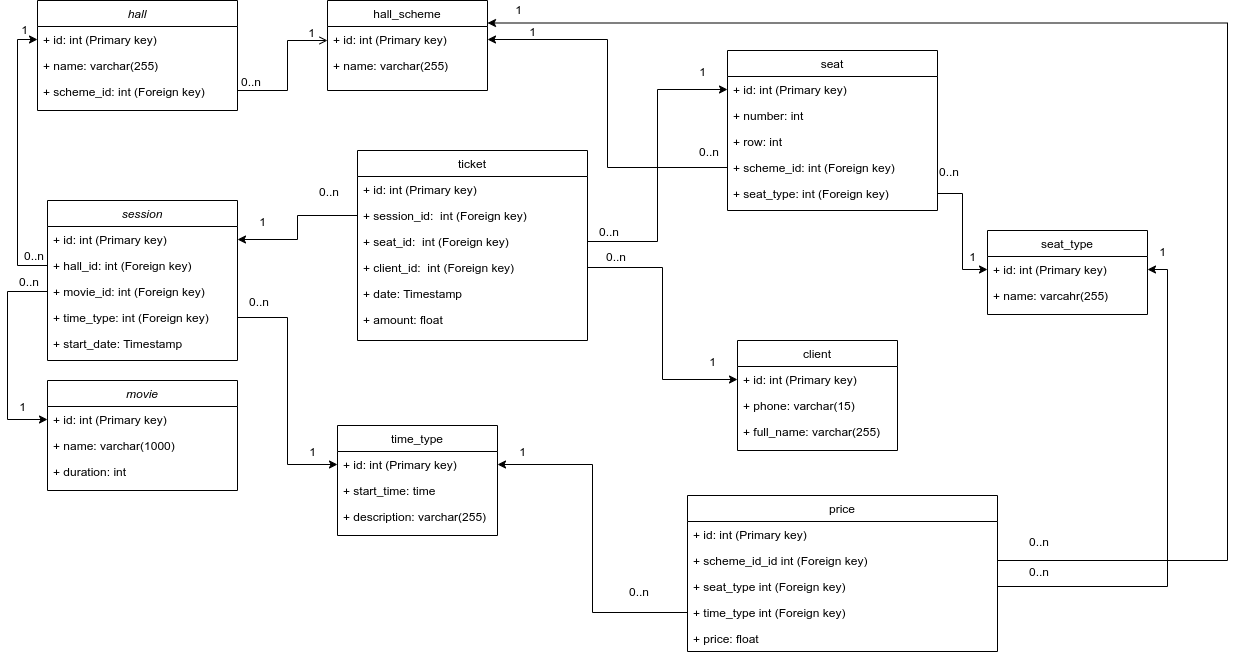
Before: app/cinema.drawio.png, a diagram exported from draw.io (otusteamedu/PHP_2023). Source tidied: cells renumbered, new cells last; positions are measured from the earlier drawing's top-left corner, leaving out a move shared by most shapes.
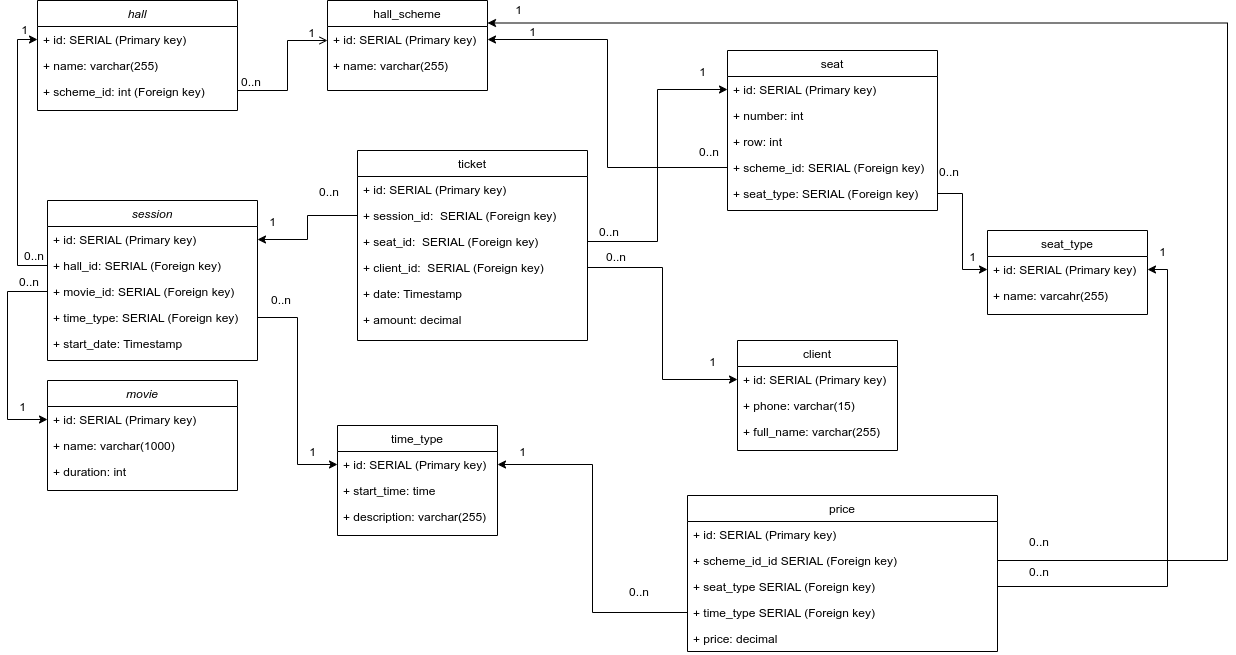
Above is the later version.

Diff of the diagram source:
```diff
@@ -5,7 +5,7 @@
     <mxCell id="2" value="hall" style="swimlane;fontStyle=2;align=center;verticalAlign=top;horizontal=1;startSize=26;rounded=0;shadow=0;strokeWidth=1;" parent="1" vertex="1">
       <mxGeometry x="30" width="200" height="110" as="geometry" />
     </mxCell>
-    <mxCell id="3" value="+ id: int (Primary key)" style="text;align=left;verticalAlign=top;spacingLeft=4;spacingRight=4;overflow=hidden;points=[[0,0.5],[1,0.5]];portConstraint=eastwest;" parent="2" vertex="1">
+    <mxCell id="3" value="+ id: SERIAL (Primary key)" style="text;align=left;verticalAlign=top;spacingLeft=4;spacingRight=4;overflow=hidden;points=[[0,0.5],[1,0.5]];portConstraint=eastwest;" parent="2" vertex="1">
       <mxGeometry y="26" width="200" height="26" as="geometry" />
     </mxCell>
     <mxCell id="4" value="+ name: varchar(255)" style="text;align=left;verticalAlign=top;spacingLeft=4;spacingRight=4;overflow=hidden;rounded=0;shadow=0;html=0;" parent="2" vertex="1">
@@ -17,7 +17,7 @@
     <mxCell id="6" value="hall_scheme" style="swimlane;fontStyle=0;align=center;verticalAlign=top;horizontal=1;startSize=26;rounded=0;shadow=0;strokeWidth=1;" parent="1" vertex="1">
       <mxGeometry x="320" width="160" height="90" as="geometry" />
     </mxCell>
-    <mxCell id="7" value="+ id: int (Primary key)" style="text;align=left;verticalAlign=top;spacingLeft=4;spacingRight=4;overflow=hidden;points=[[0,0.5],[1,0.5]];portConstraint=eastwest;" parent="6" vertex="1">
+    <mxCell id="7" value="+ id: SERIAL (Primary key)" style="text;align=left;verticalAlign=top;spacingLeft=4;spacingRight=4;overflow=hidden;points=[[0,0.5],[1,0.5]];portConstraint=eastwest;" parent="6" vertex="1">
       <mxGeometry y="26" width="160" height="26" as="geometry" />
     </mxCell>
     <mxCell id="8" value="+ name: varchar(255)" style="text;align=left;verticalAlign=top;spacingLeft=4;spacingRight=4;overflow=hidden;rounded=0;shadow=0;html=0;" parent="6" vertex="1">
@@ -65,7 +65,7 @@
     </mxCell>
     <mxCell id="16" value="1" style="align=right;verticalAlign=bottom;labelBackgroundColor=none;fontSize=12;" parent="9" vertex="1">
       <mxGeometry x="1" relative="1" as="geometry">
-        <mxPoint x="-60" y="190" as="offset" />
+        <mxPoint x="-50" y="190" as="offset" />
       </mxGeometry>
     </mxCell>
     <mxCell id="17" value="1" style="align=right;verticalAlign=bottom;labelBackgroundColor=none;fontSize=12;" parent="9" vertex="1">
@@ -81,7 +81,7 @@
     <mxCell id="19" value="movie" style="swimlane;fontStyle=2;align=center;verticalAlign=top;horizontal=1;startSize=26;rounded=0;shadow=0;strokeWidth=1;" parent="1" vertex="1">
       <mxGeometry x="40" y="380" width="190" height="110" as="geometry" />
     </mxCell>
-    <mxCell id="20" value="+ id: int (Primary key)" style="text;align=left;verticalAlign=top;spacingLeft=4;spacingRight=4;overflow=hidden;points=[[0,0.5],[1,0.5]];portConstraint=eastwest;" parent="19" vertex="1">
+    <mxCell id="20" value="+ id: SERIAL (Primary key)" style="text;align=left;verticalAlign=top;spacingLeft=4;spacingRight=4;overflow=hidden;points=[[0,0.5],[1,0.5]];portConstraint=eastwest;" parent="19" vertex="1">
       <mxGeometry y="26" width="190" height="26" as="geometry" />
     </mxCell>
     <mxCell id="21" value="+ name: varchar(1000)" style="text;align=left;verticalAlign=top;spacingLeft=4;spacingRight=4;overflow=hidden;rounded=0;shadow=0;html=0;" parent="19" vertex="1">
@@ -91,22 +91,22 @@
       <mxGeometry y="78" width="190" height="26" as="geometry" />
     </mxCell>
     <mxCell id="23" value="session" style="swimlane;fontStyle=2;align=center;verticalAlign=top;horizontal=1;startSize=26;rounded=0;shadow=0;strokeWidth=1;" parent="1" vertex="1">
-      <mxGeometry x="40" y="200" width="190" height="160" as="geometry" />
+      <mxGeometry x="40" y="200" width="210" height="160" as="geometry" />
     </mxCell>
-    <mxCell id="24" value="+ id: int (Primary key)" style="text;align=left;verticalAlign=top;spacingLeft=4;spacingRight=4;overflow=hidden;points=[[0,0.5],[1,0.5]];portConstraint=eastwest;" parent="23" vertex="1">
-      <mxGeometry y="26" width="190" height="26" as="geometry" />
+    <mxCell id="24" value="+ id: SERIAL (Primary key)" style="text;align=left;verticalAlign=top;spacingLeft=4;spacingRight=4;overflow=hidden;points=[[0,0.5],[1,0.5]];portConstraint=eastwest;" parent="23" vertex="1">
+      <mxGeometry y="26" width="210" height="26" as="geometry" />
     </mxCell>
-    <mxCell id="25" value="+ hall_id: int (Foreign key)" style="text;align=left;verticalAlign=top;spacingLeft=4;spacingRight=4;overflow=hidden;points=[[0,0.5],[1,0.5]];portConstraint=eastwest;rounded=0;shadow=0;html=0;" parent="23" vertex="1">
-      <mxGeometry y="52" width="190" height="26" as="geometry" />
+    <mxCell id="25" value="+ hall_id: SERIAL (Foreign key)" style="text;align=left;verticalAlign=top;spacingLeft=4;spacingRight=4;overflow=hidden;points=[[0,0.5],[1,0.5]];portConstraint=eastwest;rounded=0;shadow=0;html=0;" parent="23" vertex="1">
+      <mxGeometry y="52" width="210" height="26" as="geometry" />
     </mxCell>
-    <mxCell id="26" value="+ movie_id: int (Foreign key)" style="text;align=left;verticalAlign=top;spacingLeft=4;spacingRight=4;overflow=hidden;points=[[0,0.5],[1,0.5]];portConstraint=eastwest;rounded=0;shadow=0;html=0;" parent="23" vertex="1">
-      <mxGeometry y="78" width="190" height="26" as="geometry" />
+    <mxCell id="26" value="+ movie_id: SERIAL (Foreign key)" style="text;align=left;verticalAlign=top;spacingLeft=4;spacingRight=4;overflow=hidden;points=[[0,0.5],[1,0.5]];portConstraint=eastwest;rounded=0;shadow=0;html=0;" parent="23" vertex="1">
+      <mxGeometry y="78" width="210" height="26" as="geometry" />
     </mxCell>
-    <mxCell id="27" value="+ time_type: int (Foreign key)" style="text;align=left;verticalAlign=top;spacingLeft=4;spacingRight=4;overflow=hidden;points=[[0,0.5],[1,0.5]];portConstraint=eastwest;rounded=0;shadow=0;html=0;" parent="23" vertex="1">
-      <mxGeometry y="104" width="190" height="26" as="geometry" />
+    <mxCell id="27" value="+ time_type: SERIAL (Foreign key)" style="text;align=left;verticalAlign=top;spacingLeft=4;spacingRight=4;overflow=hidden;points=[[0,0.5],[1,0.5]];portConstraint=eastwest;rounded=0;shadow=0;html=0;" parent="23" vertex="1">
+      <mxGeometry y="104" width="210" height="26" as="geometry" />
     </mxCell>
     <mxCell id="28" value="+ start_date: Timestamp" style="text;align=left;verticalAlign=top;spacingLeft=4;spacingRight=4;overflow=hidden;rounded=0;shadow=0;html=0;" parent="23" vertex="1">
-      <mxGeometry y="130" width="190" height="26" as="geometry" />
+      <mxGeometry y="130" width="210" height="26" as="geometry" />
     </mxCell>
     <mxCell id="29" style="edgeStyle=orthogonalEdgeStyle;rounded=0;jettySize=auto;html=1;exitX=0;exitY=0.5;exitDx=0;exitDy=0;entryX=0;entryY=0.5;entryDx=0;entryDy=0;" parent="1" edge="1" source="25" target="3">
       <mxGeometry relative="1" as="geometry" />
@@ -114,7 +114,7 @@
     <mxCell id="30" value="seat" style="swimlane;fontStyle=0;align=center;verticalAlign=top;horizontal=1;startSize=26;rounded=0;shadow=0;strokeWidth=1;" parent="1" vertex="1">
       <mxGeometry x="720" y="50" width="210" height="160" as="geometry" />
     </mxCell>
-    <mxCell id="31" value="+ id: int (Primary key)" style="text;align=left;verticalAlign=top;spacingLeft=4;spacingRight=4;overflow=hidden;points=[[0,0.5],[1,0.5]];portConstraint=eastwest;" parent="30" vertex="1">
+    <mxCell id="31" value="+ id: SERIAL (Primary key)" style="text;align=left;verticalAlign=top;spacingLeft=4;spacingRight=4;overflow=hidden;points=[[0,0.5],[1,0.5]];portConstraint=eastwest;" parent="30" vertex="1">
       <mxGeometry y="26" width="210" height="26" as="geometry" />
     </mxCell>
     <mxCell id="32" value="+ number: int" style="text;align=left;verticalAlign=top;spacingLeft=4;spacingRight=4;overflow=hidden;rounded=0;shadow=0;html=0;" parent="30" vertex="1">
@@ -123,16 +123,16 @@
     <mxCell id="33" value="+ row: int" style="text;align=left;verticalAlign=top;spacingLeft=4;spacingRight=4;overflow=hidden;rounded=0;shadow=0;html=0;" parent="30" vertex="1">
       <mxGeometry y="78" width="210" height="26" as="geometry" />
     </mxCell>
-    <mxCell id="34" value="+ scheme_id: int (Foreign key)" style="text;align=left;verticalAlign=top;spacingLeft=4;spacingRight=4;overflow=hidden;points=[[0,0.5],[1,0.5]];portConstraint=eastwest;rounded=0;shadow=0;html=0;" parent="30" vertex="1">
+    <mxCell id="34" value="+ scheme_id: SERIAL (Foreign key)" style="text;align=left;verticalAlign=top;spacingLeft=4;spacingRight=4;overflow=hidden;points=[[0,0.5],[1,0.5]];portConstraint=eastwest;rounded=0;shadow=0;html=0;" parent="30" vertex="1">
       <mxGeometry y="104" width="210" height="26" as="geometry" />
     </mxCell>
-    <mxCell id="35" value="+ seat_type: int (Foreign key)" style="text;align=left;verticalAlign=top;spacingLeft=4;spacingRight=4;overflow=hidden;points=[[0,0.5],[1,0.5]];portConstraint=eastwest;rounded=0;shadow=0;html=0;" parent="30" vertex="1">
+    <mxCell id="35" value="+ seat_type: SERIAL (Foreign key)" style="text;align=left;verticalAlign=top;spacingLeft=4;spacingRight=4;overflow=hidden;points=[[0,0.5],[1,0.5]];portConstraint=eastwest;rounded=0;shadow=0;html=0;" parent="30" vertex="1">
       <mxGeometry y="130" width="210" height="26" as="geometry" />
     </mxCell>
     <mxCell id="36" value="seat_type" style="swimlane;fontStyle=0;align=center;verticalAlign=top;horizontal=1;startSize=26;rounded=0;shadow=0;strokeWidth=1;" parent="1" vertex="1">
       <mxGeometry x="980" y="230" width="160" height="84" as="geometry" />
     </mxCell>
-    <mxCell id="37" value="+ id: int (Primary key)" style="text;align=left;verticalAlign=top;spacingLeft=4;spacingRight=4;overflow=hidden;points=[[0,0.5],[1,0.5]];portConstraint=eastwest;" parent="36" vertex="1">
+    <mxCell id="37" value="+ id: SERIAL (Primary key)" style="text;align=left;verticalAlign=top;spacingLeft=4;spacingRight=4;overflow=hidden;points=[[0,0.5],[1,0.5]];portConstraint=eastwest;" parent="36" vertex="1">
       <mxGeometry y="26" width="160" height="26" as="geometry" />
     </mxCell>
     <mxCell id="38" value="+ name: varcahr(255)" style="text;align=left;verticalAlign=top;spacingLeft=4;spacingRight=4;overflow=hidden;rounded=0;shadow=0;html=0;" parent="36" vertex="1">
@@ -144,25 +144,25 @@
     <mxCell id="40" value="price" style="swimlane;fontStyle=0;align=center;verticalAlign=top;horizontal=1;startSize=26;rounded=0;shadow=0;strokeWidth=1;" parent="1" vertex="1">
       <mxGeometry x="680" y="495" width="310" height="156" as="geometry" />
     </mxCell>
-    <mxCell id="41" value="+ id: int (Primary key)" style="text;align=left;verticalAlign=top;spacingLeft=4;spacingRight=4;overflow=hidden;" parent="40" vertex="1">
+    <mxCell id="41" value="+ id: SERIAL (Primary key)" style="text;align=left;verticalAlign=top;spacingLeft=4;spacingRight=4;overflow=hidden;" parent="40" vertex="1">
       <mxGeometry y="26" width="310" height="26" as="geometry" />
     </mxCell>
-    <mxCell id="42" value="+ scheme_id_id int (Foreign key)" style="text;align=left;verticalAlign=top;spacingLeft=4;spacingRight=4;overflow=hidden;points=[[0,0.5],[1,0.5]];portConstraint=eastwest;rounded=0;shadow=0;html=0;" parent="40" vertex="1">
+    <mxCell id="42" value="+ scheme_id_id SERIAL (Foreign key)" style="text;align=left;verticalAlign=top;spacingLeft=4;spacingRight=4;overflow=hidden;points=[[0,0.5],[1,0.5]];portConstraint=eastwest;rounded=0;shadow=0;html=0;" parent="40" vertex="1">
       <mxGeometry y="52" width="310" height="26" as="geometry" />
     </mxCell>
-    <mxCell id="43" value="+ seat_type int (Foreign key)" style="text;align=left;verticalAlign=top;spacingLeft=4;spacingRight=4;overflow=hidden;points=[[0,0.5],[1,0.5]];portConstraint=eastwest;rounded=0;shadow=0;html=0;" parent="40" vertex="1">
+    <mxCell id="43" value="+ seat_type SERIAL (Foreign key)" style="text;align=left;verticalAlign=top;spacingLeft=4;spacingRight=4;overflow=hidden;points=[[0,0.5],[1,0.5]];portConstraint=eastwest;rounded=0;shadow=0;html=0;" parent="40" vertex="1">
       <mxGeometry y="78" width="310" height="26" as="geometry" />
     </mxCell>
-    <mxCell id="44" value="+ time_type int (Foreign key)" style="text;align=left;verticalAlign=top;spacingLeft=4;spacingRight=4;overflow=hidden;points=[[0,0.5],[1,0.5]];portConstraint=eastwest;rounded=0;shadow=0;html=0;" parent="40" vertex="1">
+    <mxCell id="44" value="+ time_type SERIAL (Foreign key)" style="text;align=left;verticalAlign=top;spacingLeft=4;spacingRight=4;overflow=hidden;points=[[0,0.5],[1,0.5]];portConstraint=eastwest;rounded=0;shadow=0;html=0;" parent="40" vertex="1">
       <mxGeometry y="104" width="310" height="26" as="geometry" />
     </mxCell>
-    <mxCell id="45" value="+ price: float" style="text;align=left;verticalAlign=top;spacingLeft=4;spacingRight=4;overflow=hidden;rounded=0;shadow=0;html=0;" parent="40" vertex="1">
+    <mxCell id="45" value="+ price: decimal" style="text;align=left;verticalAlign=top;spacingLeft=4;spacingRight=4;overflow=hidden;rounded=0;shadow=0;html=0;" parent="40" vertex="1">
       <mxGeometry y="130" width="310" height="26" as="geometry" />
     </mxCell>
     <mxCell id="46" value="time_type" style="swimlane;fontStyle=0;align=center;verticalAlign=top;horizontal=1;startSize=26;rounded=0;shadow=0;strokeWidth=1;" parent="1" vertex="1">
       <mxGeometry x="330" y="425" width="160" height="110" as="geometry" />
     </mxCell>
-    <mxCell id="47" value="+ id: int (Primary key)" style="text;align=left;verticalAlign=top;spacingLeft=4;spacingRight=4;overflow=hidden;points=[[0,0.5],[1,0.5]];portConstraint=eastwest;" parent="46" vertex="1">
+    <mxCell id="47" value="+ id: SERIAL (Primary key)" style="text;align=left;verticalAlign=top;spacingLeft=4;spacingRight=4;overflow=hidden;points=[[0,0.5],[1,0.5]];portConstraint=eastwest;" parent="46" vertex="1">
       <mxGeometry y="26" width="160" height="26" as="geometry" />
     </mxCell>
     <mxCell id="48" value="+ start_time: time" style="text;align=left;verticalAlign=top;spacingLeft=4;spacingRight=4;overflow=hidden;rounded=0;shadow=0;html=0;" parent="46" vertex="1">
@@ -183,12 +183,14 @@
       <mxGeometry relative="1" as="geometry" />
     </mxCell>
     <mxCell id="52" value="0..n" style="align=left;verticalAlign=bottom;labelBackgroundColor=none;fontSize=12;" parent="1" vertex="1">
-      <mxGeometry x="240" y="310" as="geometry" />
+      <mxGeometry x="240" y="310" as="geometry">
+        <mxPoint x="22" y="-2" as="offset" />
+      </mxGeometry>
     </mxCell>
     <mxCell id="53" value="client" style="swimlane;fontStyle=0;align=center;verticalAlign=top;horizontal=1;startSize=26;rounded=0;shadow=0;strokeWidth=1;" parent="1" vertex="1">
       <mxGeometry x="730" y="340" width="160" height="110" as="geometry" />
     </mxCell>
-    <mxCell id="54" value="+ id: int (Primary key)" style="text;align=left;verticalAlign=top;spacingLeft=4;spacingRight=4;overflow=hidden;points=[[0,0.5],[1,0.5]];portConstraint=eastwest;" parent="53" vertex="1">
+    <mxCell id="54" value="+ id: SERIAL (Primary key)" style="text;align=left;verticalAlign=top;spacingLeft=4;spacingRight=4;overflow=hidden;points=[[0,0.5],[1,0.5]];portConstraint=eastwest;" parent="53" vertex="1">
       <mxGeometry y="26" width="160" height="26" as="geometry" />
     </mxCell>
     <mxCell id="55" value="+ phone: varchar(15)" style="text;align=left;verticalAlign=top;spacingLeft=4;spacingRight=4;overflow=hidden;rounded=0;shadow=0;html=0;" parent="53" vertex="1">
@@ -200,22 +202,22 @@
     <mxCell id="57" value="ticket" style="swimlane;fontStyle=0;align=center;verticalAlign=top;horizontal=1;startSize=26;rounded=0;shadow=0;strokeWidth=1;" parent="1" vertex="1">
       <mxGeometry x="350" y="150" width="230" height="190" as="geometry" />
     </mxCell>
-    <mxCell id="58" value="+ id: int (Primary key)" style="text;align=left;verticalAlign=top;spacingLeft=4;spacingRight=4;overflow=hidden;" parent="57" vertex="1">
+    <mxCell id="58" value="+ id: SERIAL (Primary key)" style="text;align=left;verticalAlign=top;spacingLeft=4;spacingRight=4;overflow=hidden;" parent="57" vertex="1">
       <mxGeometry y="26" width="230" height="26" as="geometry" />
     </mxCell>
-    <mxCell id="59" value="+ session_id:  int (Foreign key)" style="text;align=left;verticalAlign=top;spacingLeft=4;spacingRight=4;overflow=hidden;points=[[0,0.5],[1,0.5]];portConstraint=eastwest;rounded=0;shadow=0;html=0;" parent="57" vertex="1">
+    <mxCell id="59" value="+ session_id:  SERIAL (Foreign key)" style="text;align=left;verticalAlign=top;spacingLeft=4;spacingRight=4;overflow=hidden;points=[[0,0.5],[1,0.5]];portConstraint=eastwest;rounded=0;shadow=0;html=0;" parent="57" vertex="1">
       <mxGeometry y="52" width="230" height="26" as="geometry" />
     </mxCell>
-    <mxCell id="60" value="+ seat_id:  int (Foreign key)" style="text;align=left;verticalAlign=top;spacingLeft=4;spacingRight=4;overflow=hidden;points=[[0,0.5],[1,0.5]];portConstraint=eastwest;rounded=0;shadow=0;html=0;" parent="57" vertex="1">
+    <mxCell id="60" value="+ seat_id:  SERIAL (Foreign key)" style="text;align=left;verticalAlign=top;spacingLeft=4;spacingRight=4;overflow=hidden;points=[[0,0.5],[1,0.5]];portConstraint=eastwest;rounded=0;shadow=0;html=0;" parent="57" vertex="1">
       <mxGeometry y="78" width="230" height="26" as="geometry" />
     </mxCell>
-    <mxCell id="61" value="+ client_id:  int (Foreign key)" style="text;align=left;verticalAlign=top;spacingLeft=4;spacingRight=4;overflow=hidden;points=[[0,0.5],[1,0.5]];portConstraint=eastwest;rounded=0;shadow=0;html=0;" parent="57" vertex="1">
+    <mxCell id="61" value="+ client_id:  SERIAL (Foreign key)" style="text;align=left;verticalAlign=top;spacingLeft=4;spacingRight=4;overflow=hidden;points=[[0,0.5],[1,0.5]];portConstraint=eastwest;rounded=0;shadow=0;html=0;" parent="57" vertex="1">
       <mxGeometry y="104" width="230" height="26" as="geometry" />
     </mxCell>
     <mxCell id="62" value="+ date: Timestamp" style="text;align=left;verticalAlign=top;spacingLeft=4;spacingRight=4;overflow=hidden;rounded=0;shadow=0;html=0;" parent="57" vertex="1">
       <mxGeometry y="130" width="230" height="26" as="geometry" />
     </mxCell>
-    <mxCell id="63" value="+ amount: float" style="text;align=left;verticalAlign=top;spacingLeft=4;spacingRight=4;overflow=hidden;rounded=0;shadow=0;html=0;" parent="57" vertex="1">
+    <mxCell id="63" value="+ amount: decimal" style="text;align=left;verticalAlign=top;spacingLeft=4;spacingRight=4;overflow=hidden;rounded=0;shadow=0;html=0;" parent="57" vertex="1">
       <mxGeometry y="156" width="230" height="26" as="geometry" />
     </mxCell>
     <mxCell id="64" style="edgeStyle=orthogonalEdgeStyle;rounded=0;jettySize=auto;html=1;exitX=0;exitY=0.5;exitDx=0;exitDy=0;entryX=1;entryY=0.5;entryDx=0;entryDy=0;" parent="1" edge="1" source="44" target="47">
```
